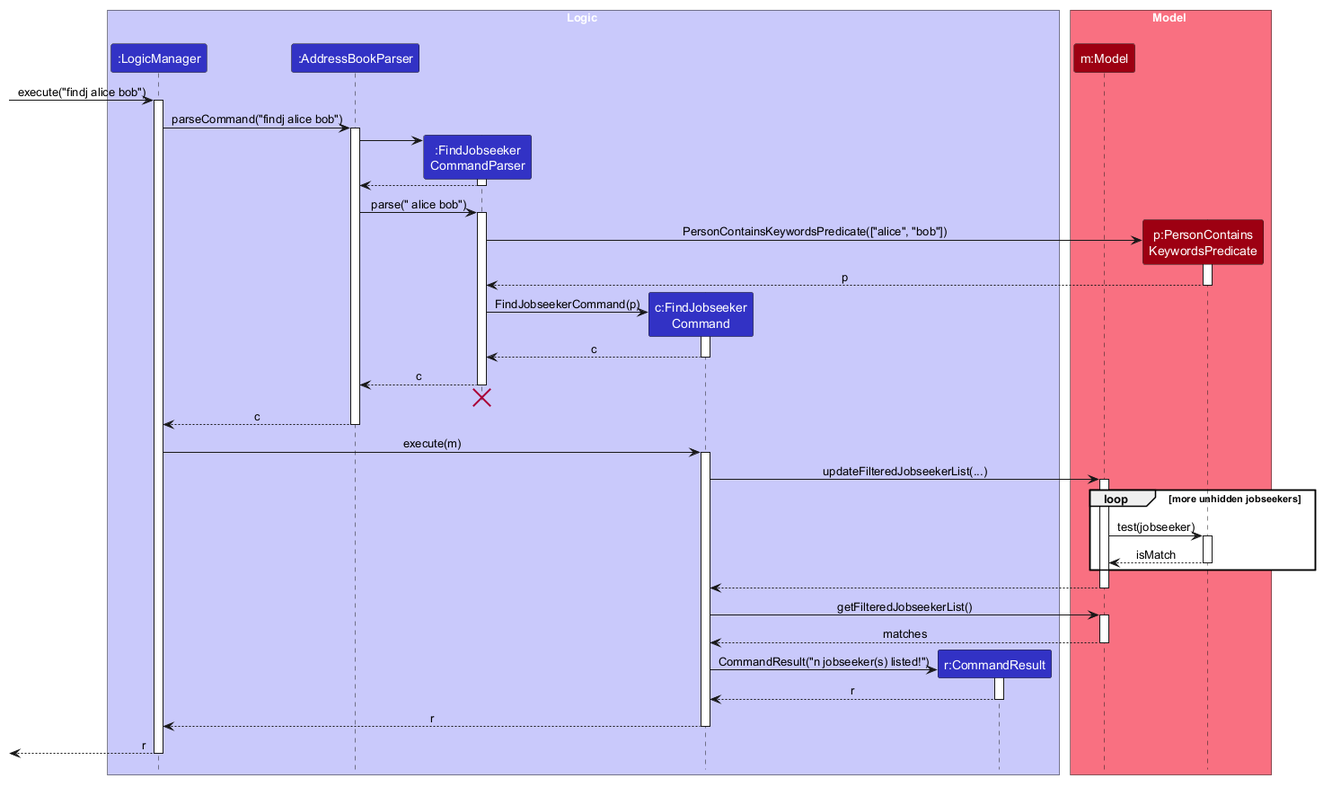
This is docs/images/FindJobseekerSequenceDiagram.png from AY2627S1-CS2103T-F10-4/tp, a PlantUML export, as it was before one commit.
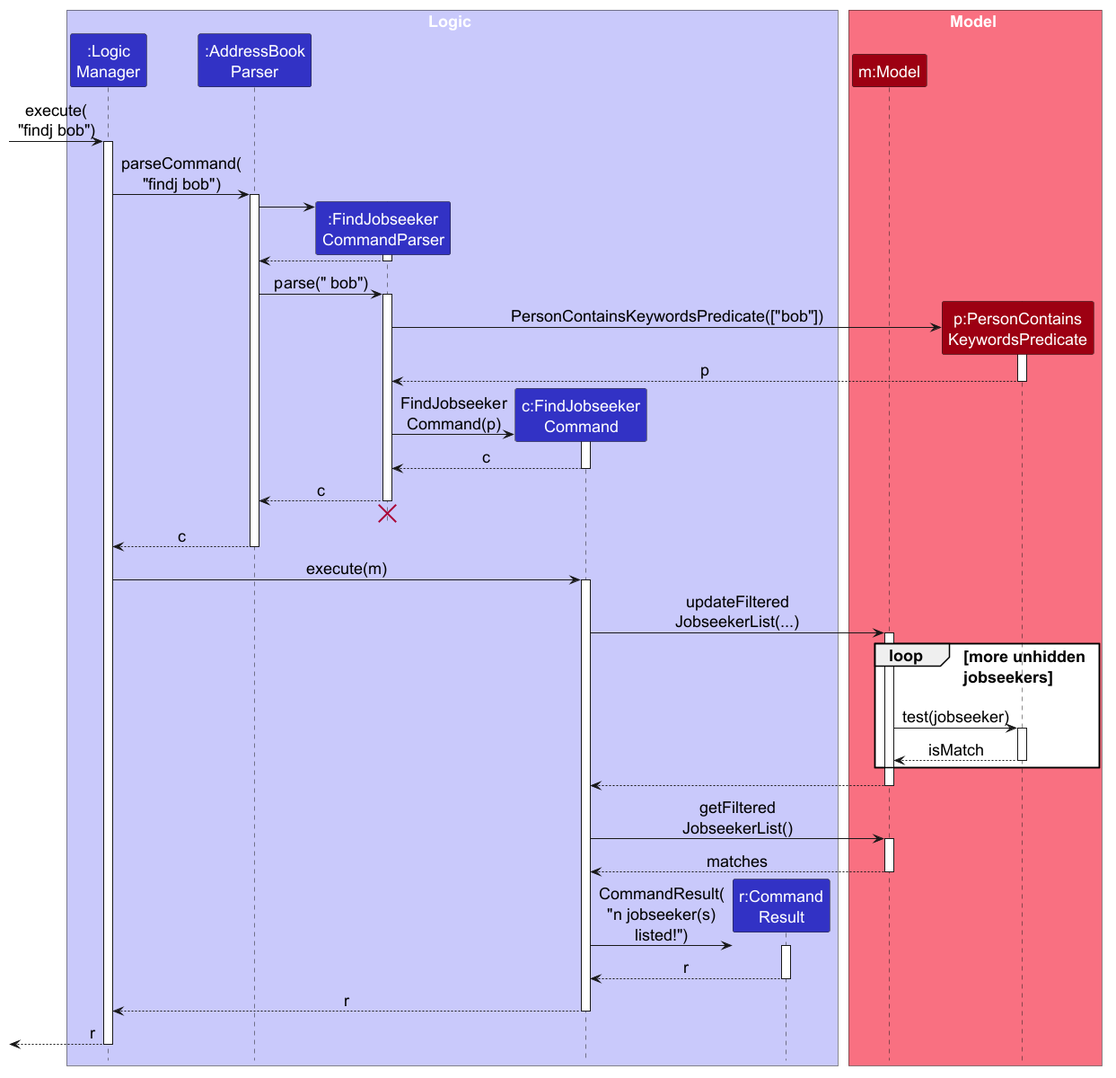
After the change.

Commit message:
Make changes to findcommand UML diagrams

Diff of the diagram source:
```diff
@@ -1,13 +1,14 @@
 @startuml
 !include style.puml
 skinparam ArrowFontStyle plain
+skinparam defaultFontSize 18
 
 box Logic LOGIC_COLOR_T1
-participant ":LogicManager" as LogicManager LOGIC_COLOR
-participant ":AddressBookParser" as AddressBookParser LOGIC_COLOR
+participant ":Logic\nManager" as LogicManager LOGIC_COLOR
+participant ":AddressBook\nParser" as AddressBookParser LOGIC_COLOR
 participant ":FindJobseeker\nCommandParser" as Parser LOGIC_COLOR
 participant "c:FindJobseeker\nCommand" as Command LOGIC_COLOR
-participant "r:CommandResult" as CommandResult LOGIC_COLOR
+participant "r:Command\nResult" as CommandResult LOGIC_COLOR
 end box
 
 box Model MODEL_COLOR_T1
@@ -15,10 +16,10 @@
 participant "p:PersonContains\nKeywordsPredicate" as Predicate MODEL_COLOR
 end box
 
-[-> LogicManager : execute("findj alice bob")
+[-> LogicManager : execute(\n"findj bob")
 activate LogicManager
 
-LogicManager -> AddressBookParser : parseCommand("findj alice bob")
+LogicManager -> AddressBookParser : parseCommand(\n"findj bob")
 activate AddressBookParser
 
 create Parser
@@ -28,18 +29,18 @@
 Parser --> AddressBookParser
 deactivate Parser
 
-AddressBookParser -> Parser : parse(" alice bob")
+AddressBookParser -> Parser : parse(" bob")
 activate Parser
 
 create Predicate
-Parser -> Predicate : PersonContainsKeywordsPredicate(["alice", "bob"])
+Parser -> Predicate : PersonContainsKeywordsPredicate(["bob"])
 activate Predicate
 
 Predicate --> Parser : p
 deactivate Predicate
 
 create Command
-Parser -> Command : FindJobseekerCommand(p)
+Parser -> Command : FindJobseeker\nCommand(p)
 activate Command
 
 Command --> Parser : c
@@ -56,10 +57,10 @@
 LogicManager -> Command : execute(m)
 activate Command
 
-Command -> Model : updateFilteredJobseekerList(...)
+Command -> Model : updateFiltered\nJobseekerList(...)
 activate Model
 
-loop more unhidden jobseekers
+loop more unhidden\njobseekers
     Model -> Predicate : test(jobseeker)
     activate Predicate
 
@@ -70,14 +71,14 @@
 Model --> Command
 deactivate Model
 
-Command -> Model : getFilteredJobseekerList()
+Command -> Model : getFiltered\nJobseekerList()
 activate Model
 
 Model --> Command : matches
 deactivate Model
 
 create CommandResult
-Command -> CommandResult : CommandResult("n jobseeker(s) listed!")
+Command -> CommandResult : CommandResult(\n"n jobseeker(s)\nlisted!")
 activate CommandResult
 
 CommandResult --> Command : r
```
